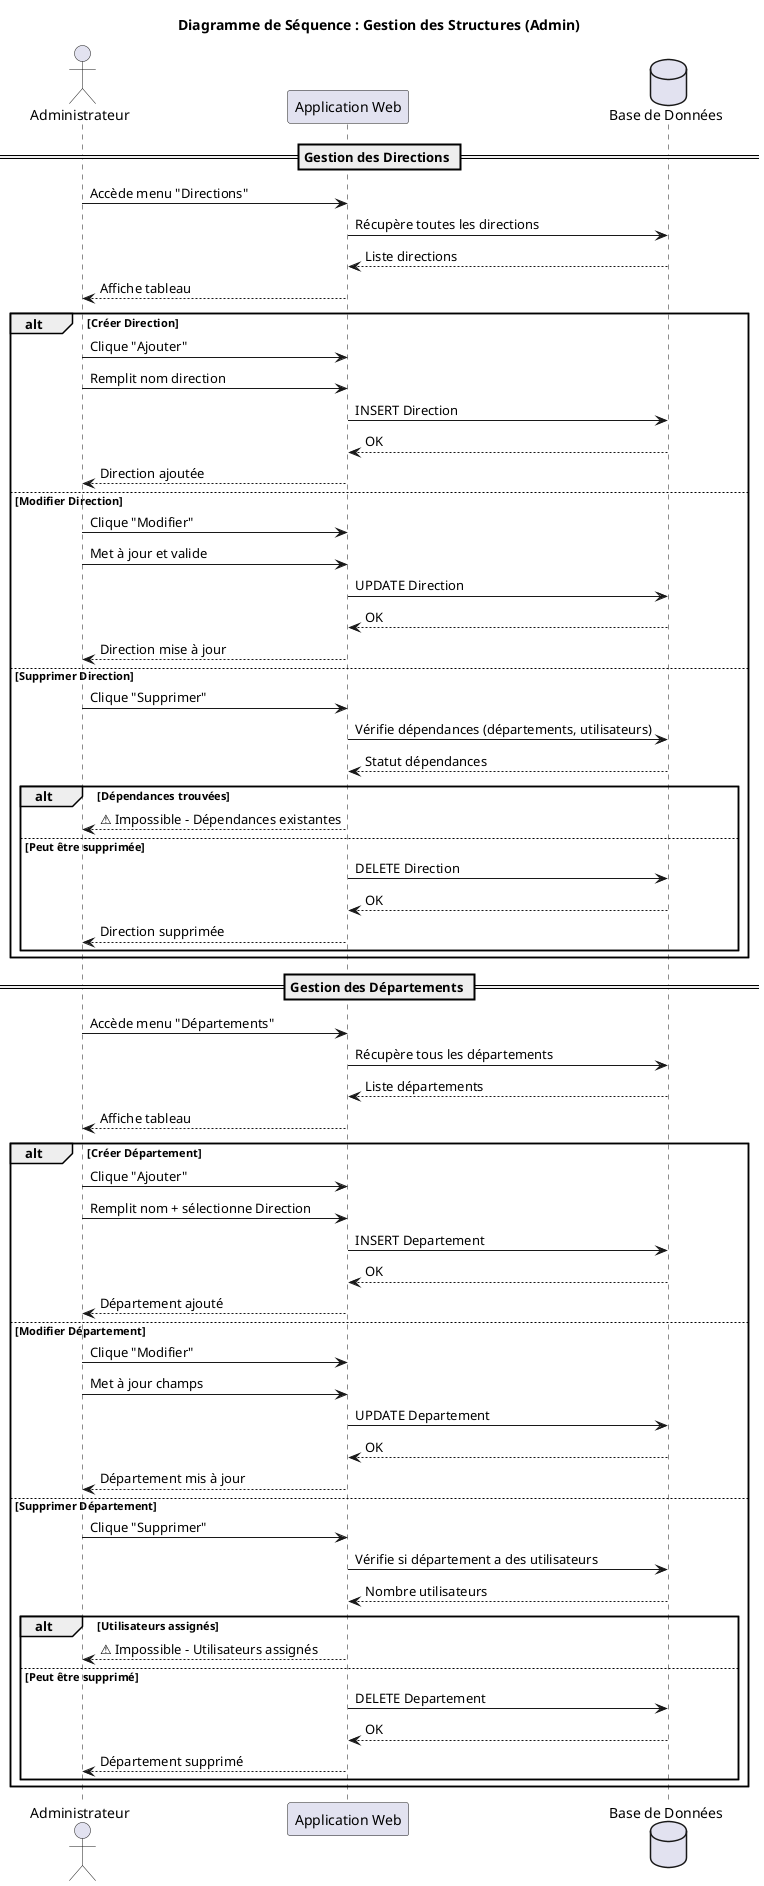
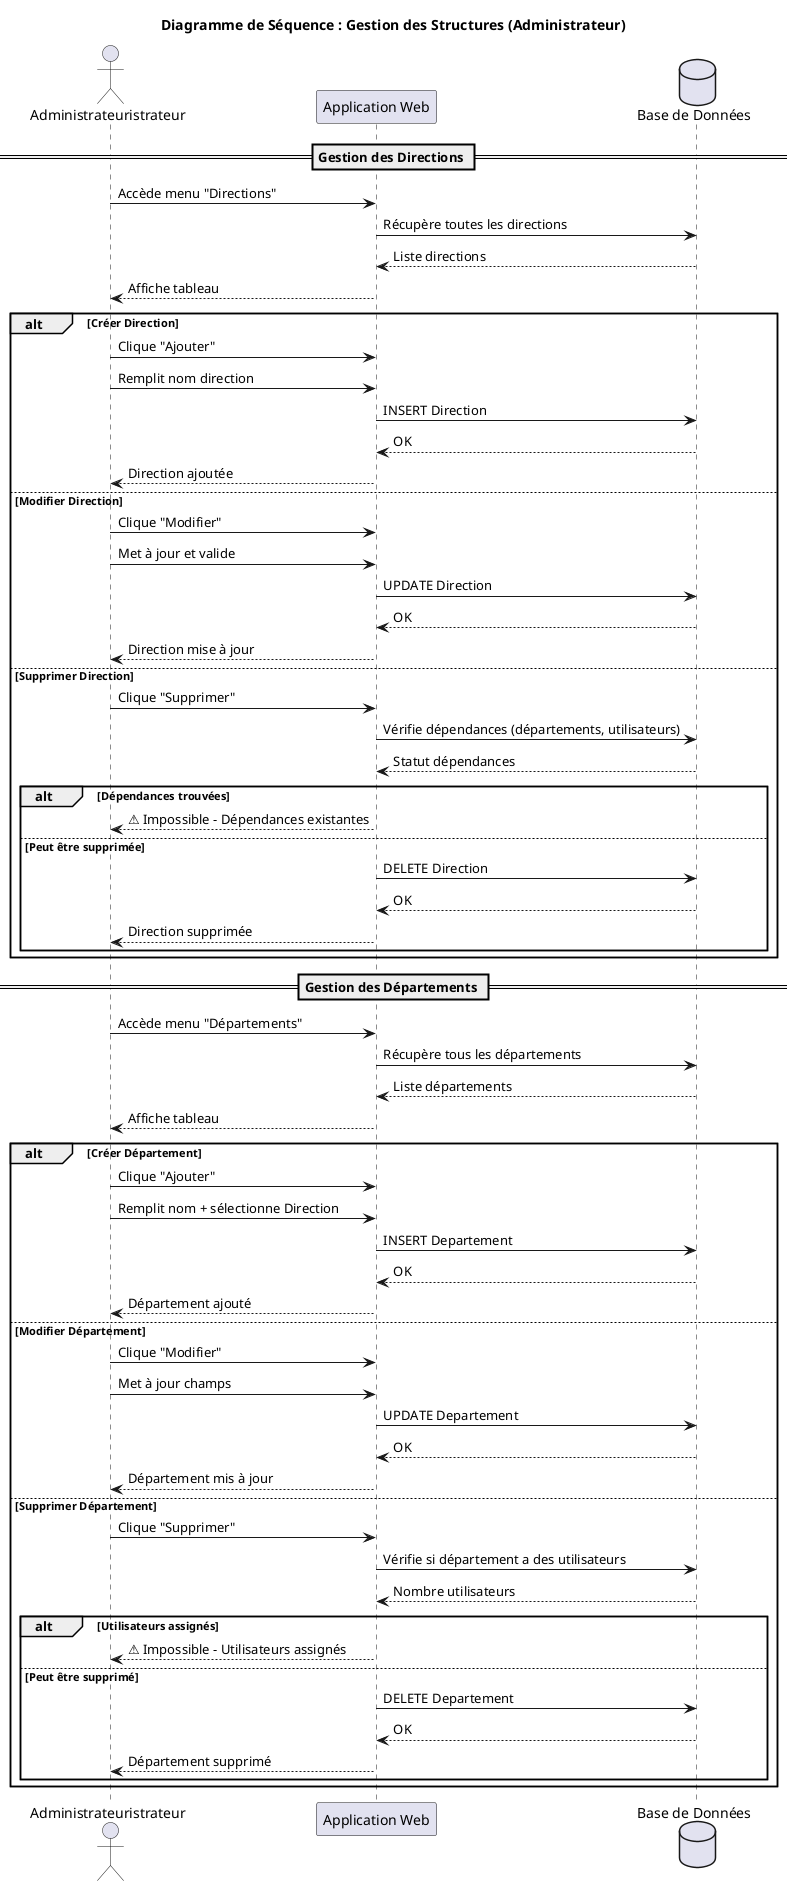
- @startuml Sequence_Admin_Orga
- title Diagramme de Séquence : Gestion des Structures (Admin)
+ @startuml Sequence_Administrateur_Orga
+ title Diagramme de Séquence : Gestion des Structures (Administrateur)

- actor Administrateur
+ actor Administrateuristrateur
participant "Application Web" as App
database "Base de Données" as DB

== Gestion des Directions ==
- Administrateur -> App: Accède menu "Directions"
+ Administrateuristrateur -> App: Accède menu "Directions"
App -> DB: Récupère toutes les directions
DB --> App: Liste directions
- App --> Administrateur: Affiche tableau
+ App --> Administrateuristrateur: Affiche tableau

alt Créer Direction
-     Administrateur -> App: Clique "Ajouter"
-     Administrateur -> App: Remplit nom direction
+     Administrateuristrateur -> App: Clique "Ajouter"
+     Administrateuristrateur -> App: Remplit nom direction
    App -> DB: INSERT Direction
    DB --> App: OK
-     App --> Administrateur: Direction ajoutée
+     App --> Administrateuristrateur: Direction ajoutée
else Modifier Direction
-     Administrateur -> App: Clique "Modifier"
-     Administrateur -> App: Met à jour et valide
+     Administrateuristrateur -> App: Clique "Modifier"
+     Administrateuristrateur -> App: Met à jour et valide
    App -> DB: UPDATE Direction
    DB --> App: OK
-     App --> Administrateur: Direction mise à jour
+     App --> Administrateuristrateur: Direction mise à jour
else Supprimer Direction
-     Administrateur -> App: Clique "Supprimer"
+     Administrateuristrateur -> App: Clique "Supprimer"
    App -> DB: Vérifie dépendances (départements, utilisateurs)
    DB --> App: Statut dépendances

    alt Dépendances trouvées
-         App --> Administrateur: ⚠️ Impossible - Dépendances existantes
+         App --> Administrateuristrateur: ⚠️ Impossible - Dépendances existantes
    else Peut être supprimée
        App -> DB: DELETE Direction
        DB --> App: OK
-         App --> Administrateur: Direction supprimée
+         App --> Administrateuristrateur: Direction supprimée
    end
end

== Gestion des Départements ==
- Administrateur -> App: Accède menu "Départements"
+ Administrateuristrateur -> App: Accède menu "Départements"
App -> DB: Récupère tous les départements
DB --> App: Liste départements
- App --> Administrateur: Affiche tableau
+ App --> Administrateuristrateur: Affiche tableau

alt Créer Département
-     Administrateur -> App: Clique "Ajouter"
-     Administrateur -> App: Remplit nom + sélectionne Direction
+     Administrateuristrateur -> App: Clique "Ajouter"
+     Administrateuristrateur -> App: Remplit nom + sélectionne Direction
    App -> DB: INSERT Departement
    DB --> App: OK
-     App --> Administrateur: Département ajouté
+     App --> Administrateuristrateur: Département ajouté
else Modifier Département
-     Administrateur -> App: Clique "Modifier"
-     Administrateur -> App: Met à jour champs
+     Administrateuristrateur -> App: Clique "Modifier"
+     Administrateuristrateur -> App: Met à jour champs
    App -> DB: UPDATE Departement
    DB --> App: OK
-     App --> Administrateur: Département mis à jour
+     App --> Administrateuristrateur: Département mis à jour
else Supprimer Département
-     Administrateur -> App: Clique "Supprimer"
+     Administrateuristrateur -> App: Clique "Supprimer"
    App -> DB: Vérifie si département a des utilisateurs
    DB --> App: Nombre utilisateurs

    alt Utilisateurs assignés
-         App --> Administrateur: ⚠️ Impossible - Utilisateurs assignés
+         App --> Administrateuristrateur: ⚠️ Impossible - Utilisateurs assignés
    else Peut être supprimé
        App -> DB: DELETE Departement
        DB --> App: OK
-         App --> Administrateur: Département supprimé
+         App --> Administrateuristrateur: Département supprimé
    end
end

@enduml